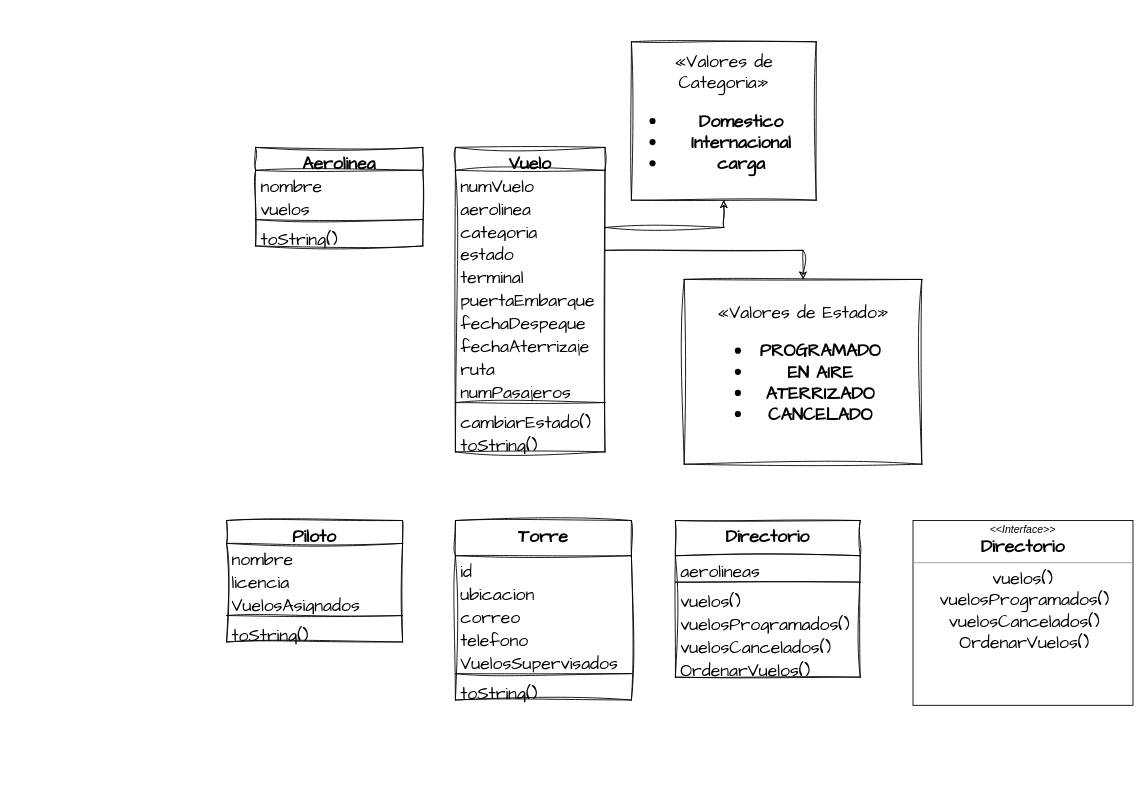
Earlier version of the draw.io diagram Aeropuerto/docs/clases.drawio (Jorge-ivan-aa/programacion1). Source tidied: cells renumbered, new cells numbered last; positions are measured from the earlier drawing's top-left corner, leaving out a move shared by most shapes. Both pictures are drawn from the tidied source at 88%, with x=0, y=0 at pixel (226, 41).
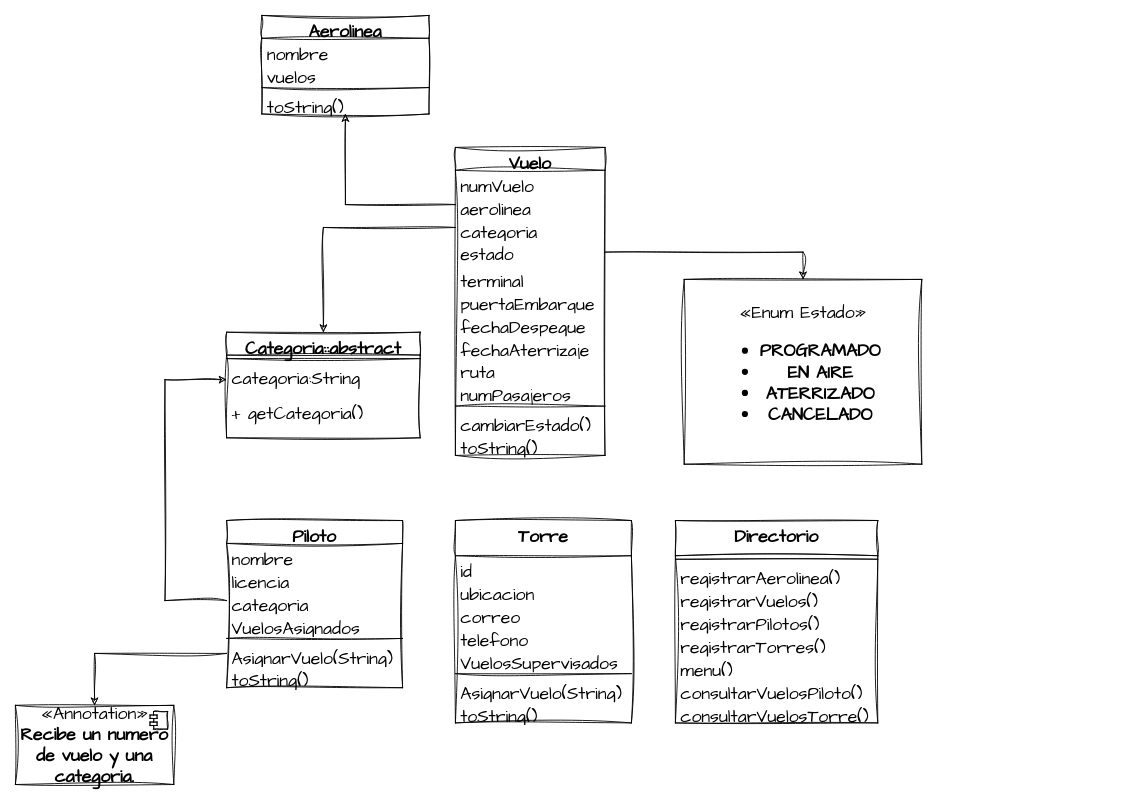
The same diagram, later.

Commit message (it also covers changes not shown here):
Se creo la clase Torre  y se construyeron los objetos de las clases

Unchanged cells that the change refers to:
```xml
<mxCell id="4" value="aerolinea" style="text;strokeColor=none;fillColor=none;align=left;verticalAlign=top;spacingLeft=4;spacingRight=4;overflow=hidden;points=[[0,0.5],[1,0.5]];portConstraint=eastwest;whiteSpace=wrap;html=1;fontSize=20;fontFamily=Architects Daughter;" parent="2" vertex="1">
  <mxGeometry y="52" width="170" height="26" as="geometry" />
</mxCell>
<mxCell id="5" value="categoria" style="text;strokeColor=none;fillColor=none;align=left;verticalAlign=top;spacingLeft=4;spacingRight=4;overflow=hidden;points=[[0,0.5],[1,0.5]];portConstraint=eastwest;whiteSpace=wrap;html=1;fontSize=20;fontFamily=Architects Daughter;" parent="2" vertex="1">
  <mxGeometry y="78" width="170" height="26" as="geometry" />
</mxCell>
```

Change to the diagram source:
```diff
@@
     <mxCell id="2" value="Vuelo" style="swimlane;fontStyle=1;align=center;verticalAlign=top;horizontal=1;startSize=26;whiteSpace=wrap;html=1;sketch=1;hachureGap=4;jiggle=2;curveFitting=1;fontFamily=Architects Daughter;fontSize=20;" parent="1" vertex="1">
-      <mxGeometry x="260" y="120" width="170" height="346" as="geometry" />
+      <mxGeometry x="260" y="120" width="170" height="350" as="geometry" />
     </mxCell>
@@
     <mxCell id="6" value="estado" style="text;strokeColor=none;fillColor=none;align=left;verticalAlign=top;spacingLeft=4;spacingRight=4;overflow=hidden;points=[[0,0.5],[1,0.5]];portConstraint=eastwest;whiteSpace=wrap;html=1;fontSize=20;fontFamily=Architects Daughter;" parent="2" vertex="1">
-      <mxGeometry y="104" width="170" height="26" as="geometry" />
+      <mxGeometry y="104" width="170" height="30" as="geometry" />
     </mxCell>
     <mxCell id="7" value="terminal" style="text;strokeColor=none;fillColor=none;align=left;verticalAlign=top;spacingLeft=4;spacingRight=4;overflow=hidden;whiteSpace=wrap;html=1;fontSize=20;fontFamily=Architects Daughter;" parent="2" vertex="1">
-      <mxGeometry y="130" width="170" height="26" as="geometry" />
+      <mxGeometry y="134" width="170" height="26" as="geometry" />
     </mxCell>
     <mxCell id="8" value="puertaEmbarque" style="text;strokeColor=none;fillColor=none;align=left;verticalAlign=top;spacingLeft=4;spacingRight=4;overflow=hidden;whiteSpace=wrap;html=1;fontSize=20;fontFamily=Architects Daughter;" parent="2" vertex="1">
-      <mxGeometry y="156" width="170" height="26" as="geometry" />
+      <mxGeometry y="160" width="170" height="26" as="geometry" />
     </mxCell>
     <mxCell id="9" value="fechaDespegue" style="text;strokeColor=none;fillColor=none;align=left;verticalAlign=top;spacingLeft=4;spacingRight=4;overflow=hidden;whiteSpace=wrap;html=1;fontSize=20;fontFamily=Architects Daughter;" parent="2" vertex="1">
-      <mxGeometry y="182" width="170" height="26" as="geometry" />
+      <mxGeometry y="186" width="170" height="26" as="geometry" />
     </mxCell>
     <mxCell id="10" value="fechaAterrizaje" style="text;strokeColor=none;fillColor=none;align=left;verticalAlign=top;spacingLeft=4;spacingRight=4;overflow=hidden;whiteSpace=wrap;html=1;fontSize=20;fontFamily=Architects Daughter;" parent="2" vertex="1">
-      <mxGeometry y="208" width="170" height="26" as="geometry" />
+      <mxGeometry y="212" width="170" height="26" as="geometry" />
     </mxCell>
     <mxCell id="11" value="ruta" style="text;strokeColor=none;fillColor=none;align=left;verticalAlign=top;spacingLeft=4;spacingRight=4;overflow=hidden;whiteSpace=wrap;html=1;fontSize=20;fontFamily=Architects Daughter;" parent="2" vertex="1">
-      <mxGeometry y="234" width="170" height="26" as="geometry" />
+      <mxGeometry y="238" width="170" height="26" as="geometry" />
     </mxCell>
     <mxCell id="12" value="numPasajeros" style="text;strokeColor=none;fillColor=none;align=left;verticalAlign=top;spacingLeft=4;spacingRight=4;overflow=hidden;whiteSpace=wrap;html=1;fontSize=20;fontFamily=Architects Daughter;" parent="2" vertex="1">
-      <mxGeometry y="260" width="170" height="26" as="geometry" />
+      <mxGeometry y="264" width="170" height="26" as="geometry" />
     </mxCell>
     <mxCell id="13" style="line;strokeWidth=1;fillColor=none;align=left;verticalAlign=middle;spacingTop=-1;spacingLeft=3;spacingRight=3;labelPosition=right;strokeColor=inherit;sketch=1;hachureGap=4;jiggle=2;curveFitting=1;fontFamily=Architects Daughter;fontSize=20;" parent="2" vertex="1">
-      <mxGeometry y="286" width="170" height="8" as="geometry" />
+      <mxGeometry y="290" width="170" height="8" as="geometry" />
     </mxCell>
     <mxCell id="14" value="cambiarEstado()" style="text;strokeColor=none;fillColor=none;align=left;verticalAlign=top;spacingLeft=4;spacingRight=4;overflow=hidden;whiteSpace=wrap;html=1;fontSize=20;fontFamily=Architects Daughter;" parent="2" vertex="1">
-      <mxGeometry y="294" width="170" height="26" as="geometry" />
+      <mxGeometry y="298" width="170" height="26" as="geometry" />
     </mxCell>
     <mxCell id="15" value="toString()" style="text;strokeColor=none;fillColor=none;align=left;verticalAlign=top;spacingLeft=4;spacingRight=4;overflow=hidden;whiteSpace=wrap;html=1;fontSize=20;fontFamily=Architects Daughter;" parent="2" vertex="1">
-      <mxGeometry y="320" width="170" height="26" as="geometry" />
+      <mxGeometry y="324" width="170" height="26" as="geometry" />
     </mxCell>
     <mxCell id="16" value="Torre" style="swimlane;fontStyle=1;align=center;verticalAlign=top;horizontal=1;startSize=40;whiteSpace=wrap;html=1;sketch=1;hachureGap=4;jiggle=2;curveFitting=1;fontFamily=Architects Daughter;fontSize=20;" parent="1" vertex="1">
-      <mxGeometry x="260" y="544" width="200" height="204" as="geometry" />
+      <mxGeometry x="260" y="544" width="200" height="230" as="geometry" />
     </mxCell>
@@
+    <mxCell id="47" value="AsignarVuelo(String)" style="text;strokeColor=none;fillColor=none;align=left;verticalAlign=top;spacingLeft=4;spacingRight=4;overflow=hidden;whiteSpace=wrap;html=1;fontSize=20;fontFamily=Architects Daughter;" parent="16" vertex="1">
+      <mxGeometry y="178" width="200" height="26" as="geometry" />
+    </mxCell>
     <mxCell id="23" value="toString()" style="text;strokeColor=none;fillColor=none;align=left;verticalAlign=top;spacingLeft=4;spacingRight=4;overflow=hidden;whiteSpace=wrap;html=1;fontSize=20;fontFamily=Architects Daughter;" parent="16" vertex="1">
-      <mxGeometry y="178" width="200" height="26" as="geometry" />
+      <mxGeometry y="204" width="200" height="26" as="geometry" />
     </mxCell>
     <mxCell id="24" value="Piloto" style="swimlane;fontStyle=1;align=center;verticalAlign=top;horizontal=1;startSize=26;whiteSpace=wrap;html=1;sketch=1;hachureGap=4;jiggle=2;curveFitting=1;fontFamily=Architects Daughter;fontSize=20;" parent="1" vertex="1">
-      <mxGeometry y="544" width="200" height="138" as="geometry" />
+      <mxGeometry y="544" width="200" height="190" as="geometry" />
     </mxCell>
@@
+    <mxCell id="48" value="categoria" style="text;strokeColor=none;fillColor=none;align=left;verticalAlign=top;spacingLeft=4;spacingRight=4;overflow=hidden;points=[[0,0.5],[1,0.5]];portConstraint=eastwest;whiteSpace=wrap;html=1;fontSize=20;fontFamily=Architects Daughter;" parent="24" vertex="1">
+      <mxGeometry y="78" width="200" height="26" as="geometry" />
+    </mxCell>
     <mxCell id="27" value="VuelosAsignados" style="text;strokeColor=none;fillColor=none;align=left;verticalAlign=top;spacingLeft=4;spacingRight=4;overflow=hidden;whiteSpace=wrap;html=1;fontSize=20;fontFamily=Architects Daughter;" parent="24" vertex="1">
-      <mxGeometry y="78" width="200" height="26" as="geometry" />
+      <mxGeometry y="104" width="200" height="26" as="geometry" />
     </mxCell>
     <mxCell id="28" style="line;strokeWidth=1;fillColor=none;align=left;verticalAlign=middle;spacingTop=-1;spacingLeft=3;spacingRight=3;labelPosition=right;strokeColor=inherit;sketch=1;hachureGap=4;jiggle=2;curveFitting=1;fontFamily=Architects Daughter;fontSize=20;" parent="24" vertex="1">
-      <mxGeometry y="104" width="200" height="8" as="geometry" />
+      <mxGeometry y="130" width="200" height="8" as="geometry" />
     </mxCell>
-    <mxCell id="29" value="toString()" style="text;strokeColor=none;fillColor=none;align=left;verticalAlign=top;spacingLeft=4;spacingRight=4;overflow=hidden;points=[[0,0.5],[1,0.5]];portConstraint=eastwest;whiteSpace=wrap;html=1;fontSize=20;fontFamily=Architects Daughter;" parent="24" vertex="1">
-      <mxGeometry y="112" width="200" height="26" as="geometry" />
+    <mxCell id="29" value="AsignarVuelo(String)" style="text;strokeColor=none;fillColor=none;align=left;verticalAlign=top;spacingLeft=4;spacingRight=4;overflow=hidden;points=[[0,0.5],[1,0.5]];portConstraint=eastwest;whiteSpace=wrap;html=1;fontSize=20;fontFamily=Architects Daughter;" parent="24" vertex="1">
+      <mxGeometry y="138" width="200" height="26" as="geometry" />
     </mxCell>
+    <mxCell id="49" value="toString()" style="text;strokeColor=none;fillColor=none;align=left;verticalAlign=top;spacingLeft=4;spacingRight=4;overflow=hidden;whiteSpace=wrap;html=1;fontSize=20;fontFamily=Architects Daughter;" parent="24" vertex="1">
+      <mxGeometry y="164" width="200" height="26" as="geometry" />
+    </mxCell>
     <mxCell id="30" value="Aerolinea" style="swimlane;fontStyle=1;align=center;verticalAlign=top;horizontal=1;startSize=26;whiteSpace=wrap;html=1;sketch=1;hachureGap=4;jiggle=2;curveFitting=1;fontFamily=Architects Daughter;fontSize=20;" parent="1" vertex="1">
-      <mxGeometry x="33" y="120" width="190" height="112" as="geometry" />
+      <mxGeometry x="40" y="-30" width="190" height="112" as="geometry" />
     </mxCell>
@@
-    <mxCell id="35" value="«Valores de Categoria»&lt;br&gt;&lt;ul&gt;&lt;li&gt;&lt;b&gt;Domestico&lt;/b&gt;&lt;/li&gt;&lt;li&gt;&lt;b&gt;Internacional&lt;/b&gt;&lt;/li&gt;&lt;li&gt;&lt;b&gt;carga&lt;/b&gt;&lt;/li&gt;&lt;/ul&gt;" style="html=1;whiteSpace=wrap;sketch=1;hachureGap=4;jiggle=2;curveFitting=1;fontFamily=Architects Daughter;fontSize=20;" parent="1" vertex="1">
-      <mxGeometry x="460" width="210" height="180" as="geometry" />
-    </mxCell>
-    <mxCell id="36" style="edgeStyle=orthogonalEdgeStyle;rounded=0;sketch=1;hachureGap=4;jiggle=2;curveFitting=1;jettySize=auto;html=1;fontFamily=Architects Daughter;fontSize=16;" parent="1" edge="1" source="5" target="35">
+    <mxCell id="36" style="edgeStyle=orthogonalEdgeStyle;rounded=0;sketch=1;hachureGap=4;jiggle=2;curveFitting=1;jettySize=auto;html=1;fontFamily=Architects Daughter;fontSize=16;entryX=0.5;entryY=0;entryDx=0;entryDy=0;" parent="1" edge="1" source="5" target="55">
       <mxGeometry relative="1" as="geometry" />
     </mxCell>
-    <mxCell id="37" value="«Valores de Estado»&lt;br&gt;&lt;ul&gt;&lt;li&gt;&lt;b&gt;PROGRAMADO&lt;/b&gt;&lt;/li&gt;&lt;li&gt;&lt;b&gt;EN AIRE&lt;/b&gt;&lt;/li&gt;&lt;li&gt;&lt;b&gt;ATERRIZADO&lt;/b&gt;&lt;/li&gt;&lt;li&gt;&lt;b&gt;CANCELADO&lt;/b&gt;&lt;/li&gt;&lt;/ul&gt;" style="html=1;whiteSpace=wrap;sketch=1;hachureGap=4;jiggle=2;curveFitting=1;fontFamily=Architects Daughter;fontSize=20;" parent="1" vertex="1">
+    <mxCell id="37" value="«Enum Estado»&lt;br&gt;&lt;ul&gt;&lt;li&gt;&lt;b&gt;PROGRAMADO&lt;/b&gt;&lt;/li&gt;&lt;li&gt;&lt;b&gt;EN AIRE&lt;/b&gt;&lt;/li&gt;&lt;li&gt;&lt;b&gt;ATERRIZADO&lt;/b&gt;&lt;/li&gt;&lt;li&gt;&lt;b&gt;CANCELADO&lt;/b&gt;&lt;/li&gt;&lt;/ul&gt;" style="html=1;whiteSpace=wrap;sketch=1;hachureGap=4;jiggle=2;curveFitting=1;fontFamily=Architects Daughter;fontSize=20;" parent="1" vertex="1">
       <mxGeometry x="520" y="270" width="270" height="210" as="geometry" />
     </mxCell>
@@
     <mxCell id="39" value="Directorio" style="swimlane;fontStyle=1;align=center;verticalAlign=top;horizontal=1;startSize=40;whiteSpace=wrap;html=1;sketch=1;hachureGap=4;jiggle=2;curveFitting=1;fontFamily=Architects Daughter;fontSize=20;" parent="1" vertex="1">
-      <mxGeometry x="510" y="544" width="210" height="178" as="geometry" />
+      <mxGeometry x="510" y="544" width="230" height="230" as="geometry" />
     </mxCell>
-    <mxCell id="40" value="aerolineas" style="text;strokeColor=none;fillColor=none;align=left;verticalAlign=top;spacingLeft=4;spacingRight=4;overflow=hidden;whiteSpace=wrap;html=1;fontSize=20;fontFamily=Architects Daughter;" parent="39" vertex="1">
-      <mxGeometry y="40" width="210" height="26" as="geometry" />
-    </mxCell>
     <mxCell id="41" style="line;strokeWidth=1;fillColor=none;align=left;verticalAlign=middle;spacingTop=-1;spacingLeft=3;spacingRight=3;labelPosition=right;strokeColor=inherit;sketch=1;hachureGap=4;jiggle=2;curveFitting=1;fontFamily=Architects Daughter;fontSize=20;" parent="39" vertex="1">
-      <mxGeometry y="66" width="210" height="8" as="geometry" />
+      <mxGeometry y="40" width="230" height="8" as="geometry" />
     </mxCell>
-    <mxCell id="42" value="vuelos()" style="text;strokeColor=none;fillColor=none;align=left;verticalAlign=top;spacingLeft=4;spacingRight=4;overflow=hidden;whiteSpace=wrap;html=1;fontSize=20;fontFamily=Architects Daughter;" parent="39" vertex="1">
-      <mxGeometry y="74" width="210" height="26" as="geometry" />
+    <mxCell id="42" value="registrarAerolinea()" style="text;strokeColor=none;fillColor=none;align=left;verticalAlign=top;spacingLeft=4;spacingRight=4;overflow=hidden;whiteSpace=wrap;html=1;fontSize=20;fontFamily=Architects Daughter;" parent="39" vertex="1">
+      <mxGeometry y="48" width="230" height="26" as="geometry" />
     </mxCell>
-    <mxCell id="43" value="vuelosProgramados()" style="text;strokeColor=none;fillColor=none;align=left;verticalAlign=top;spacingLeft=4;spacingRight=4;overflow=hidden;whiteSpace=wrap;html=1;fontSize=20;fontFamily=Architects Daughter;" parent="39" vertex="1">
-      <mxGeometry y="100" width="210" height="26" as="geometry" />
+    <mxCell id="43" value="registrarVuelos()" style="text;strokeColor=none;fillColor=none;align=left;verticalAlign=top;spacingLeft=4;spacingRight=4;overflow=hidden;whiteSpace=wrap;html=1;fontSize=20;fontFamily=Architects Daughter;" parent="39" vertex="1">
+      <mxGeometry y="74" width="230" height="26" as="geometry" />
     </mxCell>
-    <mxCell id="44" value="vuelosCancelados()" style="text;strokeColor=none;fillColor=none;align=left;verticalAlign=top;spacingLeft=4;spacingRight=4;overflow=hidden;whiteSpace=wrap;html=1;fontSize=20;fontFamily=Architects Daughter;" parent="39" vertex="1">
-      <mxGeometry y="126" width="210" height="26" as="geometry" />
+    <mxCell id="44" value="registrarPilotos()" style="text;strokeColor=none;fillColor=none;align=left;verticalAlign=top;spacingLeft=4;spacingRight=4;overflow=hidden;whiteSpace=wrap;html=1;fontSize=20;fontFamily=Architects Daughter;" parent="39" vertex="1">
+      <mxGeometry y="100" width="230" height="26" as="geometry" />
     </mxCell>
-    <mxCell id="45" value="OrdenarVuelos()" style="text;strokeColor=none;fillColor=none;align=left;verticalAlign=top;spacingLeft=4;spacingRight=4;overflow=hidden;whiteSpace=wrap;html=1;fontSize=20;fontFamily=Architects Daughter;" parent="39" vertex="1">
-      <mxGeometry y="152" width="210" height="26" as="geometry" />
+    <mxCell id="45" value="registrarTorres()" style="text;strokeColor=none;fillColor=none;align=left;verticalAlign=top;spacingLeft=4;spacingRight=4;overflow=hidden;whiteSpace=wrap;html=1;fontSize=20;fontFamily=Architects Daughter;" parent="39" vertex="1">
+      <mxGeometry y="126" width="230" height="26" as="geometry" />
     </mxCell>
-    <mxCell id="46" value="&lt;p style=&quot;margin: 4px 0px 0px;&quot;&gt;&lt;i&gt;&amp;lt;&amp;lt;Interface&amp;gt;&amp;gt;&lt;/i&gt;&lt;br&gt;&lt;span style=&quot;font-family: &amp;quot;Architects Daughter&amp;quot;; font-size: 20px; font-weight: 700;&quot;&gt;Directorio&lt;/span&gt;&lt;br&gt;&lt;/p&gt;&lt;hr size=&quot;1&quot;&gt;&lt;span style=&quot;font-family: &amp;quot;Architects Daughter&amp;quot;; font-size: 20px;&quot;&gt;vuelos()&lt;/span&gt;&lt;p style=&quot;margin:0px;margin-left:4px;&quot;&gt;&lt;span style=&quot;font-family: &amp;quot;Architects Daughter&amp;quot;; font-size: 20px;&quot;&gt;vuelosProgramados()&lt;/span&gt;&lt;br&gt;&lt;/p&gt;&lt;p style=&quot;margin:0px;margin-left:4px;&quot;&gt;&lt;span style=&quot;font-family: &amp;quot;Architects Daughter&amp;quot;; font-size: 20px;&quot;&gt;vuelosCancelados()&lt;/span&gt;&lt;span style=&quot;font-family: &amp;quot;Architects Daughter&amp;quot;; font-size: 20px;&quot;&gt;&lt;br&gt;&lt;/span&gt;&lt;/p&gt;&lt;p style=&quot;margin:0px;margin-left:4px;&quot;&gt;&lt;span style=&quot;font-family: &amp;quot;Architects Daughter&amp;quot;; font-size: 20px;&quot;&gt;OrdenarVuelos()&lt;/span&gt;&lt;br&gt;&lt;/p&gt;" style="verticalAlign=top;align=center;overflow=fill;fontSize=12;fontFamily=Helvetica;html=1;" parent="1" vertex="1">
-      <mxGeometry x="780" y="544" width="250" height="210" as="geometry" />
-    </mxCell>
+    <mxCell id="50" value="menu()" style="text;strokeColor=none;fillColor=none;align=left;verticalAlign=top;spacingLeft=4;spacingRight=4;overflow=hidden;whiteSpace=wrap;html=1;fontSize=20;fontFamily=Architects Daughter;" parent="39" vertex="1">
+      <mxGeometry y="152" width="230" height="26" as="geometry" />
+    </mxCell>
+    <mxCell id="51" value="consultarVuelosPiloto()" style="text;strokeColor=none;fillColor=none;align=left;verticalAlign=top;spacingLeft=4;spacingRight=4;overflow=hidden;whiteSpace=wrap;html=1;fontSize=20;fontFamily=Architects Daughter;" parent="39" vertex="1">
+      <mxGeometry y="178" width="230" height="26" as="geometry" />
+    </mxCell>
+    <mxCell id="52" value="consultarVuelosTorre()" style="text;strokeColor=none;fillColor=none;align=left;verticalAlign=top;spacingLeft=4;spacingRight=4;overflow=hidden;whiteSpace=wrap;html=1;fontSize=20;fontFamily=Architects Daughter;" parent="39" vertex="1">
+      <mxGeometry y="204" width="230" height="26" as="geometry" />
+    </mxCell>
+    <mxCell id="53" style="edgeStyle=orthogonalEdgeStyle;rounded=0;sketch=1;hachureGap=4;jiggle=2;curveFitting=1;jettySize=auto;html=1;exitX=0;exitY=0.5;exitDx=0;exitDy=0;fontFamily=Architects Daughter;fontSize=16;" parent="1" edge="1" source="4" target="30">
+      <mxGeometry relative="1" as="geometry" />
+    </mxCell>
+    <mxCell id="54" style="edgeStyle=orthogonalEdgeStyle;rounded=0;sketch=1;hachureGap=4;jiggle=2;curveFitting=1;jettySize=auto;html=1;exitX=0;exitY=0.5;exitDx=0;exitDy=0;entryX=0;entryY=0.5;entryDx=0;entryDy=0;fontFamily=Architects Daughter;fontSize=16;" parent="1" edge="1" source="48" target="57">
+      <mxGeometry relative="1" as="geometry">
+        <Array as="points">
+          <mxPoint x="-70" y="635" />
+          <mxPoint x="-70" y="384" />
+        </Array>
+      </mxGeometry>
+    </mxCell>
+    <mxCell id="55" value="Categoria::abstract" style="swimlane;fontStyle=1;align=center;verticalAlign=top;horizontal=1;startSize=26;whiteSpace=wrap;html=1;sketch=1;hachureGap=4;jiggle=2;curveFitting=1;fontFamily=Architects Daughter;fontSize=20;" parent="1" vertex="1">
+      <mxGeometry y="330" width="220" height="120" as="geometry" />
+    </mxCell>
+    <mxCell id="56" style="line;strokeWidth=1;fillColor=none;align=left;verticalAlign=middle;spacingTop=-1;spacingLeft=3;spacingRight=3;labelPosition=right;strokeColor=inherit;sketch=1;hachureGap=4;jiggle=2;curveFitting=1;fontFamily=Architects Daughter;fontSize=20;" parent="55" vertex="1">
+      <mxGeometry y="26" width="220" height="8" as="geometry" />
+    </mxCell>
+    <mxCell id="57" value="categoria:String" style="text;strokeColor=none;fillColor=none;align=left;verticalAlign=top;spacingLeft=4;spacingRight=4;overflow=hidden;points=[[0,0.5],[1,0.5]];portConstraint=eastwest;whiteSpace=wrap;html=1;fontSize=20;fontFamily=Architects Daughter;" parent="55" vertex="1">
+      <mxGeometry y="34" width="220" height="40" as="geometry" />
+    </mxCell>
+    <mxCell id="58" value="+ getCategoria()" style="text;strokeColor=none;fillColor=none;align=left;verticalAlign=top;spacingLeft=4;spacingRight=4;overflow=hidden;whiteSpace=wrap;html=1;fontSize=20;fontFamily=Architects Daughter;" parent="55" vertex="1">
+      <mxGeometry y="74" width="220" height="46" as="geometry" />
+    </mxCell>
+    <mxCell id="59" value="«Annotation»&lt;br&gt;&lt;b&gt;Recibe un numero de vuelo y una categoria.&lt;/b&gt;" style="html=1;whiteSpace=wrap;sketch=1;hachureGap=4;jiggle=2;curveFitting=1;fontFamily=Architects Daughter;fontSize=20;" parent="1" vertex="1">
+      <mxGeometry x="-240" y="754" width="180" height="90" as="geometry" />
+    </mxCell>
+    <mxCell id="60" style="shape=module;jettyWidth=8;jettyHeight=4;sketch=1;hachureGap=4;jiggle=2;curveFitting=1;fontFamily=Architects Daughter;fontSize=20;" parent="59" vertex="1">
+      <mxGeometry x="1" width="20" height="20" relative="1" as="geometry">
+        <mxPoint x="-27" y="7" as="offset" />
+      </mxGeometry>
+    </mxCell>
+    <mxCell id="61" style="edgeStyle=orthogonalEdgeStyle;rounded=0;sketch=1;hachureGap=4;jiggle=2;curveFitting=1;jettySize=auto;html=1;fontFamily=Architects Daughter;fontSize=16;" parent="1" edge="1" source="29" target="59">
+      <mxGeometry relative="1" as="geometry" />
+    </mxCell>
```
